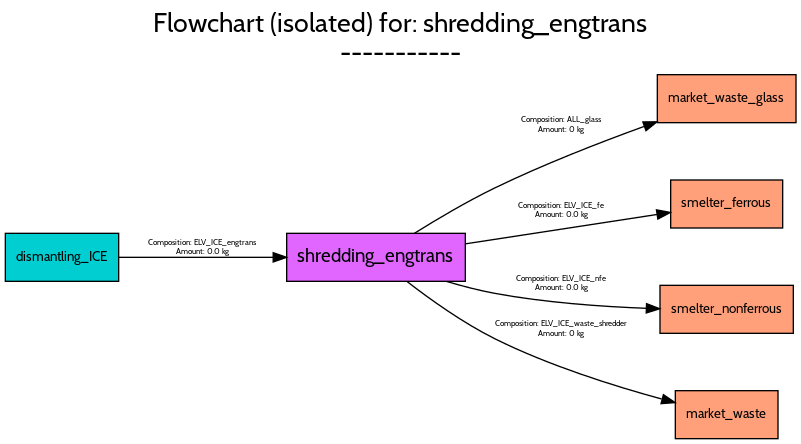
This is src/futuram/examples/ELV/figures/flowcharts/processes/png/shredding_engtrans.png from FutuRaM-Project/Recovery-Model, a Graphviz export, as it was before one commit. Its source is kept beside it as src/futuram/examples/ELV/figures/flowcharts/processes/dot/shredding_engtrans.dot. Its diagram source:
```dot
digraph {
	graph [bb="0,0,593,325",
		font=Cabin,
		fontname=Cabin,
		fontsize=20,
		label="Flowchart (isolated) for: shredding_engtrans
-----------",
		labeljust=c,
		labelloc=tc,
		lheight=0.61,
		lp="296.5,299",
		lwidth=5.15,
		nodesep=0.6,
		rankdir=LR,
		ranksep=0.6
	];
	node [label="\N"];
	shredding_engtrans	[fillcolor=mediumorchid1,
		fontname=Cabin,
		fontsize=14,
		height=0.5,
		pos="278,136",
		shape=box,
		style=filled,
		width=1.8611];
	market_waste_glass	[fillcolor=lightsalmon1,
		fontname=Cabin,
		fontsize=10,
		height=0.5,
		pos="541,255",
		shape=box,
		style=filled,
		width=1.4444];
	shredding_engtrans -> market_waste_glass	[color=black,
		fontname=Cabin,
		fontsize=6,
		label="Composition: ALL_glass
Amount: 0 kg",
		lp="417,235",
		pos="e,488.73,237.65 306.88,154.07 323.87,164.68 346.24,177.93 367,188 403.27,205.59 445.42,221.99 479.03,234.17"];
	smelter_ferrous	[fillcolor=lightsalmon1,
		fontname=Cabin,
		fontsize=10,
		height=0.5,
		pos="541,176",
		shape=box,
		style=filled,
		width=1.1667];
	shredding_engtrans -> smelter_ferrous	[color=black,
		fontname=Cabin,
		fontsize=6,
		label="Composition: ELV_ICE_fe
Amount: 0.0 kg",
		lp="417,171",
		pos="e,498.75,169.68 345.2,146.15 389.75,152.97 447.63,161.84 488.69,168.14"];
	smelter_nonferrous	[fillcolor=lightsalmon1,
		fontname=Cabin,
		fontsize=10,
		height=0.5,
		pos="541,97",
		shape=box,
		style=filled,
		width=1.3889];
	shredding_engtrans -> smelter_nonferrous	[color=black,
		fontname=Cabin,
		fontsize=6,
		label="Composition: ELV_ICE_nfe
Amount: 0.0 kg",
		lp="417,116",
		pos="e,490.78,97.433 331.09,117.87 342.78,114.41 355.22,111.19 367,109 404.42,102.06 447.07,99.044 480.66,97.773"];
	market_waste	[fillcolor=lightsalmon1,
		fontname=Cabin,
		fontsize=10,
		height=0.5,
		pos="541,18",
		shape=box,
		style=filled,
		width=1.0694];
	shredding_engtrans -> market_waste	[color=black,
		fontname=Cabin,
		fontsize=6,
		label="Composition: ELV_ICE_waste_shredder
Amount: 0 kg",
		lp="417,82",
		pos="e,502.33,27.047 301.39,117.77 318.54,104.5 343.21,86.854 367,75 407.45,54.85 456.64,39.435 492.22,29.748"];
	dismantling_ICE	[fillcolor=darkturquoise,
		fontname=Cabin,
		fontsize=10,
		height=0.5,
		pos="42.5,136",
		shape=box,
		style=filled,
		width=1.1806];
	dismantling_ICE -> shredding_engtrans	[color=black,
		fontname=Cabin,
		fontsize=6,
		label="Composition: ELV_ICE_engtrans
Amount: 0.0 kg",
		lp="148,143",
		pos="e,210.9,136 85.245,136 117.28,136 162.37,136 200.78,136"];
}
```
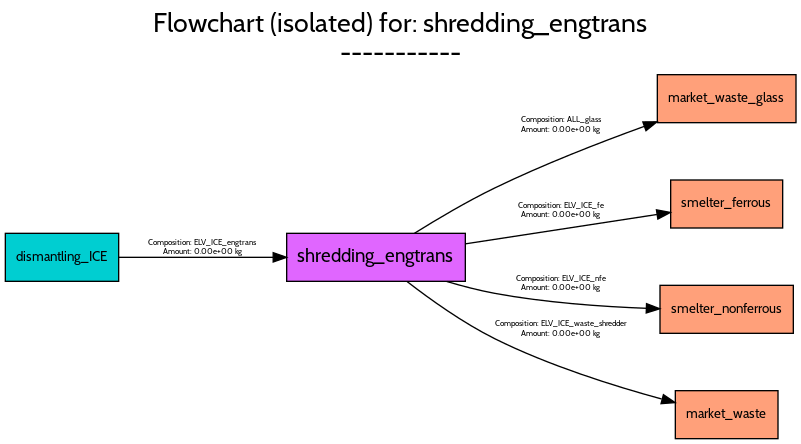
After the change.

What changed in the source:
```diff
@@ -35,7 +35,7 @@
 		fontname=Cabin,
 		fontsize=6,
 		label="Composition: ALL_glass
-Amount: 0 kg",
+Amount: 0.00e+00 kg",
 		lp="417,235",
 		pos="e,488.73,237.65 306.88,154.07 323.87,164.68 346.24,177.93 367,188 403.27,205.59 445.42,221.99 479.03,234.17"];
 	smelter_ferrous	[fillcolor=lightsalmon1,
@@ -50,7 +50,7 @@
 		fontname=Cabin,
 		fontsize=6,
 		label="Composition: ELV_ICE_fe
-Amount: 0.0 kg",
+Amount: 0.00e+00 kg",
 		lp="417,171",
 		pos="e,498.75,169.68 345.2,146.15 389.75,152.97 447.63,161.84 488.69,168.14"];
 	smelter_nonferrous	[fillcolor=lightsalmon1,
@@ -65,7 +65,7 @@
 		fontname=Cabin,
 		fontsize=6,
 		label="Composition: ELV_ICE_nfe
-Amount: 0.0 kg",
+Amount: 0.00e+00 kg",
 		lp="417,116",
 		pos="e,490.78,97.433 331.09,117.87 342.78,114.41 355.22,111.19 367,109 404.42,102.06 447.07,99.044 480.66,97.773"];
 	market_waste	[fillcolor=lightsalmon1,
@@ -80,7 +80,7 @@
 		fontname=Cabin,
 		fontsize=6,
 		label="Composition: ELV_ICE_waste_shredder
-Amount: 0 kg",
+Amount: 0.00e+00 kg",
 		lp="417,82",
 		pos="e,502.33,27.047 301.39,117.77 318.54,104.5 343.21,86.854 367,75 407.45,54.85 456.64,39.435 492.22,29.748"];
 	dismantling_ICE	[fillcolor=darkturquoise,
@@ -95,7 +95,7 @@
 		fontname=Cabin,
 		fontsize=6,
 		label="Composition: ELV_ICE_engtrans
-Amount: 0.0 kg",
+Amount: 0.00e+00 kg",
 		lp="148,143",
 		pos="e,210.9,136 85.245,136 117.28,136 162.37,136 200.78,136"];
 }
```
